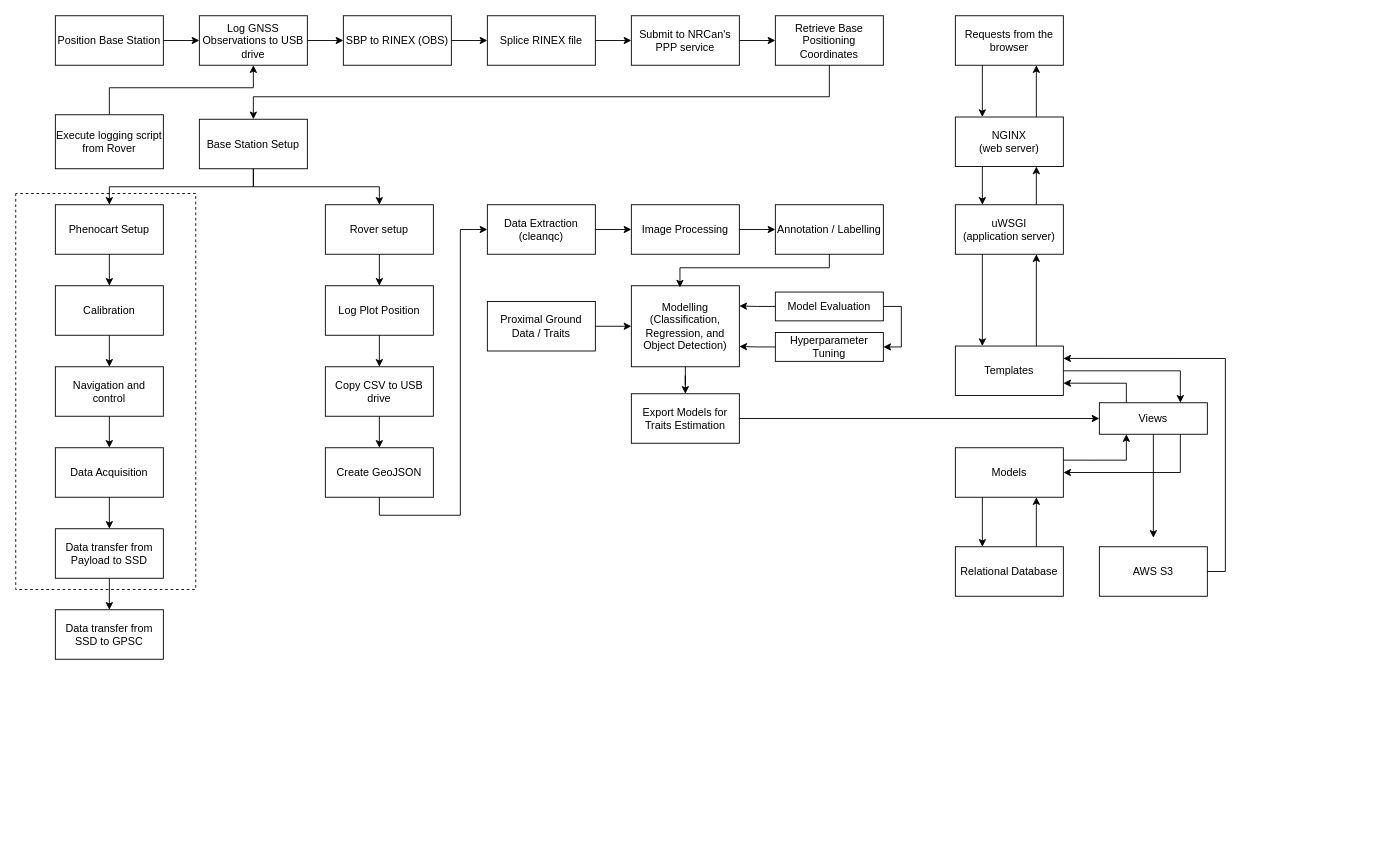
Before: page "Page-1" (1 of 2) of Untitled Diagram.drawio in prabaharravichandran/Workflow, a draw.io diagram. Source tidied: cells renumbered, new cells numbered last; positions are measured from the earlier drawing's top-left corner, leaving out a move shared by most shapes. Both pictures are drawn from the tidied source at 90%, with x=0, y=0 at pixel (15, 15).
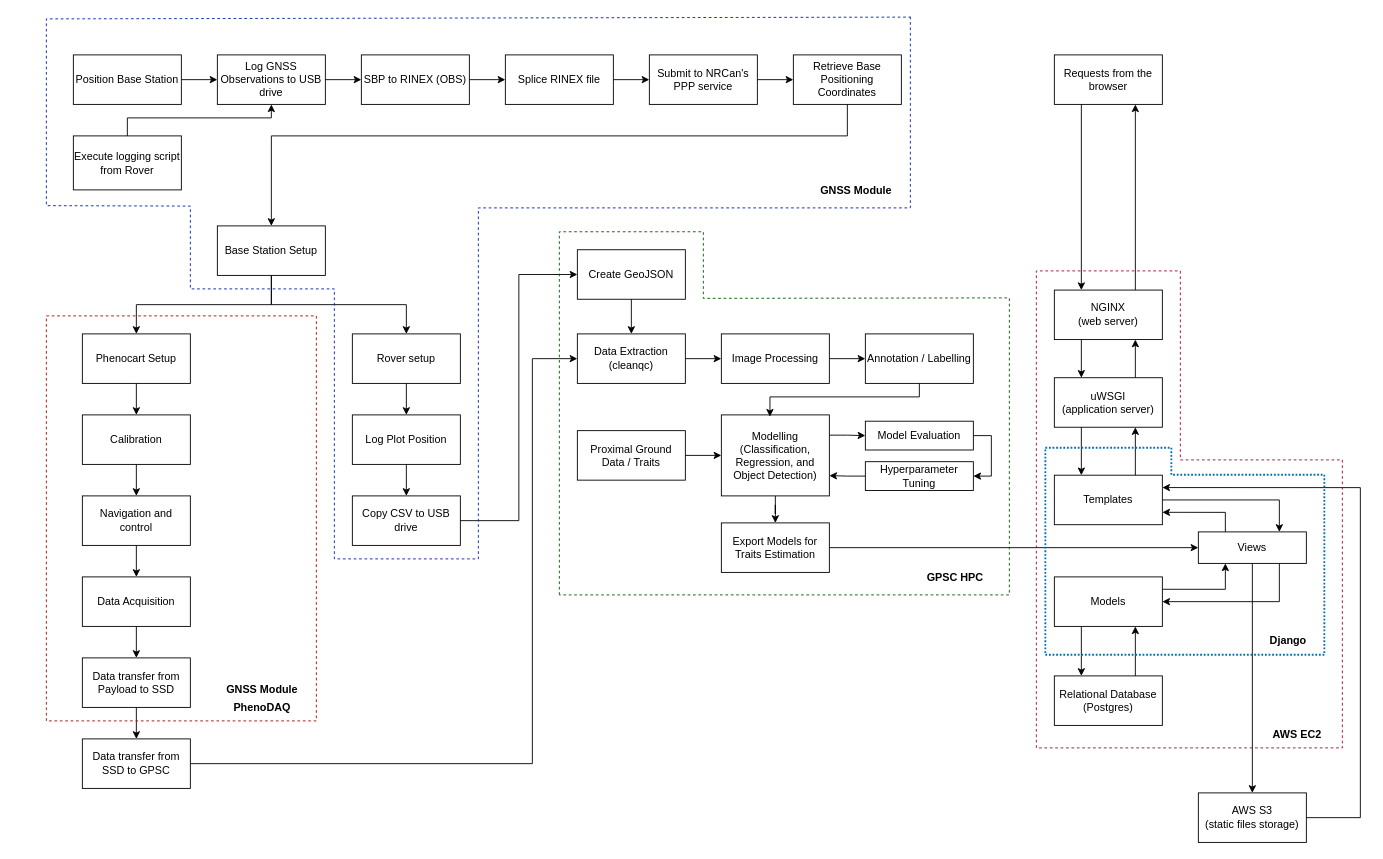
Above is the later version.

Change to the diagram source:
```diff
@@
     <mxCell id="3" value="Position Base Station" style="rounded=0;whiteSpace=wrap;html=1;fillColor=none;" parent="1" vertex="1">
-      <mxGeometry x="44" width="120" height="55" as="geometry" />
+      <mxGeometry x="64" y="43.5" width="120" height="55" as="geometry" />
     </mxCell>
     <mxCell id="4" style="edgeStyle=orthogonalEdgeStyle;rounded=0;jettySize=auto;html=1;exitX=0.5;exitY=0;exitDx=0;exitDy=0;entryX=0.5;entryY=1;entryDx=0;entryDy=0;" parent="1" edge="1" source="5" target="7">
       <mxGeometry relative="1" as="geometry">
         <Array as="points">
-          <mxPoint x="104" y="80" />
-          <mxPoint x="264" y="80" />
+          <mxPoint x="124" y="113.5" />
+          <mxPoint x="284" y="113.5" />
         </Array>
       </mxGeometry>
     </mxCell>
     <mxCell id="5" value="Execute logging script from Rover" style="rounded=0;whiteSpace=wrap;html=1;fillColor=none;" parent="1" vertex="1">
-      <mxGeometry x="44" y="110" width="120" height="60" as="geometry" />
+      <mxGeometry x="64" y="133.5" width="120" height="60" as="geometry" />
     </mxCell>
@@
     <mxCell id="7" value="Log GNSS Observations to USB drive" style="rounded=0;whiteSpace=wrap;html=1;fillColor=none;" parent="1" vertex="1">
-      <mxGeometry x="204" width="120" height="55" as="geometry" />
+      <mxGeometry x="224" y="43.5" width="120" height="55" as="geometry" />
     </mxCell>
@@
     <mxCell id="9" value="SBP to RINEX (OBS)" style="rounded=0;whiteSpace=wrap;html=1;fillColor=none;" parent="1" vertex="1">
-      <mxGeometry x="364" width="120" height="55" as="geometry" />
+      <mxGeometry x="384" y="43.5" width="120" height="55" as="geometry" />
     </mxCell>
@@
     <mxCell id="11" value="Splice RINEX file" style="rounded=0;whiteSpace=wrap;html=1;fillColor=none;" parent="1" vertex="1">
-      <mxGeometry x="524" width="120" height="55" as="geometry" />
+      <mxGeometry x="544" y="43.5" width="120" height="55" as="geometry" />
     </mxCell>
@@
     <mxCell id="13" value="Submit to NRCan's PPP service" style="rounded=0;whiteSpace=wrap;html=1;fillColor=none;" parent="1" vertex="1">
-      <mxGeometry x="684" width="120" height="55" as="geometry" />
+      <mxGeometry x="704" y="43.5" width="120" height="55" as="geometry" />
     </mxCell>
     <mxCell id="14" style="edgeStyle=orthogonalEdgeStyle;rounded=0;jettySize=auto;html=1;exitX=0.5;exitY=1;exitDx=0;exitDy=0;entryX=0.5;entryY=0;entryDx=0;entryDy=0;" parent="1" edge="1" source="15" target="18">
       <mxGeometry relative="1" as="geometry">
         <Array as="points">
-          <mxPoint x="904" y="90" />
-          <mxPoint x="264" y="90" />
+          <mxPoint x="924" y="133.5" />
+          <mxPoint x="284" y="133.5" />
         </Array>
       </mxGeometry>
     </mxCell>
     <mxCell id="15" value="Retrieve Base Positioning Coordinates" style="rounded=0;whiteSpace=wrap;html=1;fillColor=none;" parent="1" vertex="1">
-      <mxGeometry x="844" width="120" height="55" as="geometry" />
+      <mxGeometry x="864" y="43.5" width="120" height="55" as="geometry" />
     </mxCell>
@@
     <mxCell id="18" value="Base Station Setup" style="rounded=0;whiteSpace=wrap;html=1;fillColor=none;" parent="1" vertex="1">
-      <mxGeometry x="204" y="115" width="120" height="55" as="geometry" />
+      <mxGeometry x="224" y="233.5" width="120" height="55" as="geometry" />
     </mxCell>
@@
     <mxCell id="20" value="Phenocart Setup" style="rounded=0;whiteSpace=wrap;html=1;fillColor=none;" parent="1" vertex="1">
-      <mxGeometry x="44" y="210" width="120" height="55" as="geometry" />
+      <mxGeometry x="74" y="353.5" width="120" height="55" as="geometry" />
     </mxCell>
@@
     <mxCell id="22" value="Calibration" style="rounded=0;whiteSpace=wrap;html=1;fillColor=none;" parent="1" vertex="1">
-      <mxGeometry x="44" y="300" width="120" height="55" as="geometry" />
+      <mxGeometry x="74" y="443.5" width="120" height="55" as="geometry" />
     </mxCell>
@@
     <mxCell id="24" value="Navigation and control" style="rounded=0;whiteSpace=wrap;html=1;fillColor=none;" parent="1" vertex="1">
-      <mxGeometry x="44" y="390" width="120" height="55" as="geometry" />
+      <mxGeometry x="74" y="533.5" width="120" height="55" as="geometry" />
     </mxCell>
@@
     <mxCell id="26" value="Data Acquisition" style="rounded=0;whiteSpace=wrap;html=1;fillColor=none;" parent="1" vertex="1">
-      <mxGeometry x="44" y="480" width="120" height="55" as="geometry" />
+      <mxGeometry x="74" y="623.5" width="120" height="55" as="geometry" />
     </mxCell>
@@
     <mxCell id="28" value="Data transfer from Payload to SSD" style="rounded=0;whiteSpace=wrap;html=1;fillColor=none;" parent="1" vertex="1">
-      <mxGeometry x="44" y="570" width="120" height="55" as="geometry" />
+      <mxGeometry x="74" y="713.5" width="120" height="55" as="geometry" />
     </mxCell>
+    <mxCell id="78" style="edgeStyle=orthogonalEdgeStyle;rounded=0;jettySize=auto;html=1;exitX=1;exitY=0.5;exitDx=0;exitDy=0;entryX=0;entryY=0.5;entryDx=0;entryDy=0;" parent="1" edge="1" source="29" target="39">
+      <mxGeometry relative="1" as="geometry">
+        <Array as="points">
+          <mxPoint x="574" y="831" />
+          <mxPoint x="574" y="381" />
+        </Array>
+      </mxGeometry>
+    </mxCell>
     <mxCell id="29" value="Data transfer from SSD to GPSC" style="rounded=0;whiteSpace=wrap;html=1;fillColor=none;" parent="1" vertex="1">
-      <mxGeometry x="44" y="660" width="120" height="55" as="geometry" />
+      <mxGeometry x="74" y="803.5" width="120" height="55" as="geometry" />
     </mxCell>
@@
     <mxCell id="31" value="Rover setup" style="rounded=0;whiteSpace=wrap;html=1;fillColor=none;" parent="1" vertex="1">
-      <mxGeometry x="344" y="210" width="120" height="55" as="geometry" />
+      <mxGeometry x="374" y="353.5" width="120" height="55" as="geometry" />
     </mxCell>
@@
     <mxCell id="33" value="Log Plot Position" style="rounded=0;whiteSpace=wrap;html=1;fillColor=none;" parent="1" vertex="1">
-      <mxGeometry x="344" y="300" width="120" height="55" as="geometry" />
+      <mxGeometry x="374" y="443.5" width="120" height="55" as="geometry" />
     </mxCell>
-    <mxCell id="34" style="edgeStyle=orthogonalEdgeStyle;rounded=0;jettySize=auto;html=1;exitX=0.5;exitY=1;exitDx=0;exitDy=0;entryX=0.5;entryY=0;entryDx=0;entryDy=0;" parent="1" edge="1" source="35" target="37">
+    <mxCell id="34" style="edgeStyle=orthogonalEdgeStyle;rounded=0;jettySize=auto;html=1;exitX=1;exitY=0.5;exitDx=0;exitDy=0;entryX=0;entryY=0.5;entryDx=0;entryDy=0;" parent="1" edge="1" source="35" target="37">
       <mxGeometry relative="1" as="geometry" />
     </mxCell>
     <mxCell id="35" value="Copy CSV to USB drive" style="rounded=0;whiteSpace=wrap;html=1;fillColor=none;" parent="1" vertex="1">
-      <mxGeometry x="344" y="390" width="120" height="55" as="geometry" />
+      <mxGeometry x="374" y="533.5" width="120" height="55" as="geometry" />
     </mxCell>
-    <mxCell id="36" style="edgeStyle=orthogonalEdgeStyle;rounded=0;jettySize=auto;html=1;exitX=0.5;exitY=1;exitDx=0;exitDy=0;entryX=0;entryY=0.5;entryDx=0;entryDy=0;" parent="1" edge="1" source="37" target="39">
+    <mxCell id="36" style="edgeStyle=orthogonalEdgeStyle;rounded=0;jettySize=auto;html=1;exitX=0.5;exitY=1;exitDx=0;exitDy=0;entryX=0.5;entryY=0;entryDx=0;entryDy=0;" parent="1" edge="1" source="37" target="39">
       <mxGeometry relative="1" as="geometry" />
     </mxCell>
     <mxCell id="37" value="Create GeoJSON" style="rounded=0;whiteSpace=wrap;html=1;fillColor=none;" parent="1" vertex="1">
-      <mxGeometry x="344" y="480" width="120" height="55" as="geometry" />
+      <mxGeometry x="624" y="260" width="120" height="55" as="geometry" />
     </mxCell>
@@
     <mxCell id="39" value="Data Extraction&lt;br&gt;(cleanqc)" style="rounded=0;whiteSpace=wrap;html=1;fillColor=none;" parent="1" vertex="1">
-      <mxGeometry x="524" y="210" width="120" height="55" as="geometry" />
+      <mxGeometry x="624" y="353.5" width="120" height="55" as="geometry" />
     </mxCell>
@@
     <mxCell id="41" value="Image Processing" style="rounded=0;whiteSpace=wrap;html=1;fillColor=none;" parent="1" vertex="1">
-      <mxGeometry x="684" y="210" width="120" height="55" as="geometry" />
+      <mxGeometry x="784" y="353.5" width="120" height="55" as="geometry" />
     </mxCell>
     <mxCell id="42" value="Annotation / Labelling" style="rounded=0;whiteSpace=wrap;html=1;fillColor=none;" parent="1" vertex="1">
-      <mxGeometry x="844" y="210" width="120" height="55" as="geometry" />
+      <mxGeometry x="944" y="353.5" width="120" height="55" as="geometry" />
     </mxCell>
@@
+    <mxCell id="79" style="edgeStyle=orthogonalEdgeStyle;rounded=0;jettySize=auto;html=1;exitX=1;exitY=0.25;exitDx=0;exitDy=0;entryX=0;entryY=0.5;entryDx=0;entryDy=0;" parent="1" edge="1" source="44" target="49">
+      <mxGeometry relative="1" as="geometry" />
+    </mxCell>
     <mxCell id="44" value="Modelling (Classification, Regression, and Object Detection)" style="rounded=0;whiteSpace=wrap;html=1;fillColor=none;" parent="1" vertex="1">
-      <mxGeometry x="684" y="300" width="120" height="90" as="geometry" />
+      <mxGeometry x="784" y="443.5" width="120" height="90" as="geometry" />
     </mxCell>
@@
     <mxCell id="46" value="Proximal Ground Data / Traits" style="rounded=0;whiteSpace=wrap;html=1;fillColor=none;" parent="1" vertex="1">
-      <mxGeometry x="524" y="317.5" width="120" height="55" as="geometry" />
+      <mxGeometry x="624" y="461" width="120" height="55" as="geometry" />
     </mxCell>
-    <mxCell id="47" style="edgeStyle=orthogonalEdgeStyle;rounded=0;jettySize=auto;html=1;exitX=0;exitY=0.5;exitDx=0;exitDy=0;entryX=1;entryY=0.25;entryDx=0;entryDy=0;" parent="1" edge="1" source="49" target="44">
-      <mxGeometry relative="1" as="geometry" />
-    </mxCell>
     <mxCell id="48" style="edgeStyle=orthogonalEdgeStyle;rounded=0;jettySize=auto;html=1;entryX=1;entryY=0.5;entryDx=0;entryDy=0;" parent="1" edge="1" source="49" target="53">
       <mxGeometry relative="1" as="geometry">
         <Array as="points">
-          <mxPoint x="984" y="323" />
-          <mxPoint x="984" y="368" />
+          <mxPoint x="1084" y="466.5" />
+          <mxPoint x="1084" y="511.5" />
         </Array>
       </mxGeometry>
     </mxCell>
     <mxCell id="49" value="Model Evaluation" style="rounded=0;whiteSpace=wrap;html=1;fillColor=none;" parent="1" vertex="1">
-      <mxGeometry x="844" y="307" width="120" height="32" as="geometry" />
+      <mxGeometry x="944" y="450.5" width="120" height="32" as="geometry" />
     </mxCell>
@@
     <mxCell id="51" value="Export Models for Traits Estimation" style="rounded=0;whiteSpace=wrap;html=1;fillColor=none;" parent="1" vertex="1">
-      <mxGeometry x="684" y="420" width="120" height="55" as="geometry" />
+      <mxGeometry x="784" y="563.5" width="120" height="55" as="geometry" />
     </mxCell>
@@
     <mxCell id="53" value="Hyperparameter Tuning" style="rounded=0;whiteSpace=wrap;html=1;fillColor=none;" parent="1" vertex="1">
-      <mxGeometry x="844" y="352" width="120" height="32" as="geometry" />
+      <mxGeometry x="944" y="495.5" width="120" height="32" as="geometry" />
     </mxCell>
     <mxCell id="54" style="edgeStyle=orthogonalEdgeStyle;rounded=0;jettySize=auto;html=1;exitX=0.5;exitY=1;exitDx=0;exitDy=0;entryX=0.45;entryY=0.022;entryDx=0;entryDy=0;entryPerimeter=0;" parent="1" edge="1" source="42" target="44">
       <mxGeometry relative="1" as="geometry">
         <Array as="points">
-          <mxPoint x="904" y="280" />
-          <mxPoint x="738" y="280" />
+          <mxPoint x="1004" y="423.5" />
+          <mxPoint x="838" y="423.5" />
         </Array>
       </mxGeometry>
     </mxCell>
@@
     <mxCell id="56" value="Requests from the browser" style="rounded=0;whiteSpace=wrap;html=1;fillColor=none;" parent="1" vertex="1">
-      <mxGeometry x="1044" width="120" height="55" as="geometry" />
+      <mxGeometry x="1154" y="43.5" width="120" height="55" as="geometry" />
     </mxCell>
@@
     <mxCell id="59" value="NGINX&lt;br&gt;(web server)" style="rounded=0;whiteSpace=wrap;html=1;fillColor=none;" parent="1" vertex="1">
-      <mxGeometry x="1044" y="112.5" width="120" height="55" as="geometry" />
+      <mxGeometry x="1154" y="304.8" width="120" height="55" as="geometry" />
     </mxCell>
@@
     <mxCell id="62" value="uWSGI&lt;br&gt;(application server)" style="rounded=0;whiteSpace=wrap;html=1;fillColor=none;" parent="1" vertex="1">
-      <mxGeometry x="1044" y="210" width="120" height="55" as="geometry" />
+      <mxGeometry x="1154" y="402.2" width="120" height="55" as="geometry" />
     </mxCell>
@@
-    <mxCell id="64" style="edgeStyle=orthogonalEdgeStyle;rounded=0;jettySize=auto;html=1;exitX=0.5;exitY=1;exitDx=0;exitDy=0;" parent="1" edge="1" source="66">
-      <mxGeometry relative="1" as="geometry">
-        <mxPoint x="1264" y="580" as="targetPoint" />
-      </mxGeometry>
+    <mxCell id="64" style="edgeStyle=orthogonalEdgeStyle;rounded=0;jettySize=auto;html=1;exitX=0.5;exitY=1;exitDx=0;exitDy=0;" parent="1" edge="1" source="66" target="74">
+      <mxGeometry relative="1" as="geometry" />
     </mxCell>
@@
     <mxCell id="66" value="Views" style="rounded=0;whiteSpace=wrap;html=1;fillColor=none;" parent="1" vertex="1">
-      <mxGeometry x="1204" y="430" width="120" height="35" as="geometry" />
+      <mxGeometry x="1314" y="573.5" width="120" height="35" as="geometry" />
     </mxCell>
@@
     <mxCell id="69" value="Models" style="rounded=0;whiteSpace=wrap;html=1;fillColor=none;" parent="1" vertex="1">
-      <mxGeometry x="1044" y="480" width="120" height="55" as="geometry" />
+      <mxGeometry x="1154" y="623.5" width="120" height="55" as="geometry" />
     </mxCell>
@@
     <mxCell id="72" value="Templates" style="rounded=0;whiteSpace=wrap;html=1;fillColor=none;" parent="1" vertex="1">
-      <mxGeometry x="1044" y="367" width="120" height="55" as="geometry" />
+      <mxGeometry x="1154" y="510.5" width="120" height="55" as="geometry" />
     </mxCell>
     <mxCell id="73" style="edgeStyle=orthogonalEdgeStyle;rounded=0;jettySize=auto;html=1;exitX=1;exitY=0.5;exitDx=0;exitDy=0;entryX=1;entryY=0.25;entryDx=0;entryDy=0;" parent="1" edge="1" source="74" target="72">
-      <mxGeometry relative="1" as="geometry" />
+      <mxGeometry relative="1" as="geometry">
+        <Array as="points">
+          <mxPoint x="1494" y="891.5" />
+          <mxPoint x="1494" y="524.5" />
+        </Array>
+      </mxGeometry>
     </mxCell>
-    <mxCell id="74" value="AWS S3" style="rounded=0;whiteSpace=wrap;html=1;fillColor=none;" parent="1" vertex="1">
-      <mxGeometry x="1204" y="590" width="120" height="55" as="geometry" />
+    <mxCell id="74" value="AWS S3&lt;br&gt;(static files storage)" style="rounded=0;whiteSpace=wrap;html=1;fillColor=none;" parent="1" vertex="1">
+      <mxGeometry x="1314" y="863.5" width="120" height="55" as="geometry" />
     </mxCell>
@@
+    <mxCell id="80" style="endArrow=none;dashed=1;html=1;rounded=0;fillColor=#0050ef;strokeColor=#001DBC;" parent="1" edge="1">
+      <mxGeometry relative="1" as="geometry">
+        <mxPoint x="994" y="1" as="sourcePoint" />
+        <mxPoint x="994" y="1.5" as="targetPoint" />
+        <Array as="points">
+          <mxPoint x="994" y="213.5" />
+          <mxPoint x="514" y="213.5" />
+          <mxPoint x="514" y="603.5" />
+          <mxPoint x="354" y="603.5" />
+          <mxPoint x="354" y="303.5" />
+          <mxPoint x="194" y="303.5" />
+          <mxPoint x="194" y="211.5" />
+          <mxPoint x="34" y="211" />
+          <mxPoint x="34" y="3.5" />
+        </Array>
+      </mxGeometry>
+    </mxCell>
-    <mxCell id="76" value="Relational Database" style="rounded=0;whiteSpace=wrap;html=1;fillColor=none;" parent="1" vertex="1">
-      <mxGeometry x="1044" y="590" width="120" height="55" as="geometry" />
+    <mxCell id="76" value="Relational Database&lt;br&gt;(Postgres)" style="rounded=0;whiteSpace=wrap;html=1;fillColor=none;" parent="1" vertex="1">
+      <mxGeometry x="1154" y="733.5" width="120" height="55" as="geometry" />
     </mxCell>
-    <mxCell id="77" style="endArrow=none;dashed=1;html=1;rounded=0;" parent="1" edge="1">
-      <mxGeometry relative="1" as="geometry">
-        <mxPoint y="197.5" as="sourcePoint" />
-        <mxPoint y="197.5" as="targetPoint" />
-        <Array as="points">
-          <mxPoint y="637.5" />
-          <mxPoint x="200" y="637.5" />
-          <mxPoint x="200" y="197.5" />
-        </Array>
-      </mxGeometry>
-    </mxCell>
+    <mxCell id="81" style="endArrow=none;dashed=1;html=1;rounded=0;fillColor=#e51400;strokeColor=#B20000;" parent="1" edge="1">
+      <mxGeometry relative="1" as="geometry">
+        <mxPoint x="34" y="783.5" as="sourcePoint" />
+        <mxPoint x="34" y="783.5" as="targetPoint" />
+        <Array as="points">
+          <mxPoint x="34" y="333.5" />
+          <mxPoint x="334" y="333.5" />
+          <mxPoint x="334" y="783.5" />
+        </Array>
+      </mxGeometry>
+    </mxCell>
+    <mxCell id="82" style="endArrow=none;dashed=1;html=1;rounded=0;fillColor=#008a00;strokeColor=#005700;" parent="1" edge="1">
+      <mxGeometry relative="1" as="geometry">
+        <mxPoint x="604" y="643.5" as="sourcePoint" />
+        <mxPoint x="604" y="643.5" as="targetPoint" />
+        <Array as="points">
+          <mxPoint x="604" y="240" />
+          <mxPoint x="764" y="240" />
+          <mxPoint x="764" y="314" />
+          <mxPoint x="1104" y="313.5" />
+          <mxPoint x="1104" y="643.5" />
+        </Array>
+      </mxGeometry>
+    </mxCell>
+    <mxCell id="83" style="endArrow=none;dashed=1;html=1;rounded=0;fillColor=#d80073;strokeColor=#A50040;" parent="1" edge="1">
+      <mxGeometry relative="1" as="geometry">
+        <mxPoint x="1134" y="813.5" as="sourcePoint" />
+        <mxPoint x="1134" y="813.5" as="targetPoint" />
+        <Array as="points">
+          <mxPoint x="1134" y="283.5" />
+          <mxPoint x="1294" y="283.5" />
+          <mxPoint x="1294" y="493.5" />
+          <mxPoint x="1474" y="493.5" />
+          <mxPoint x="1474" y="813.5" />
+        </Array>
+      </mxGeometry>
+    </mxCell>
+    <mxCell id="84" value="&lt;b&gt;GNSS Module&lt;/b&gt;" style="text;html=1;strokeColor=none;fillColor=none;align=center;verticalAlign=middle;whiteSpace=wrap;rounded=0;" parent="1" vertex="1">
+      <mxGeometry x="874" y="180" width="120" height="30" as="geometry" />
+    </mxCell>
+    <mxCell id="85" value="&lt;b&gt;GNSS Module&lt;/b&gt;" style="text;html=1;strokeColor=none;fillColor=none;align=center;verticalAlign=middle;whiteSpace=wrap;rounded=0;" parent="1" vertex="1">
+      <mxGeometry x="214" y="733.5" width="120" height="30" as="geometry" />
+    </mxCell>
+    <mxCell id="86" value="&lt;b&gt;GPSC HPC&lt;/b&gt;" style="text;html=1;strokeColor=none;fillColor=none;align=center;verticalAlign=middle;whiteSpace=wrap;rounded=0;" parent="1" vertex="1">
+      <mxGeometry x="984" y="608.5" width="120" height="30" as="geometry" />
+    </mxCell>
+    <mxCell id="87" value="&lt;b&gt;AWS EC2&lt;/b&gt;" style="text;html=1;strokeColor=none;fillColor=none;align=center;verticalAlign=middle;whiteSpace=wrap;rounded=0;" parent="1" vertex="1">
+      <mxGeometry x="1374" y="783.5" width="100" height="30" as="geometry" />
+    </mxCell>
+    <mxCell id="88" value="&lt;b&gt;PhenoDAQ&lt;/b&gt;" style="text;html=1;strokeColor=none;fillColor=none;align=center;verticalAlign=middle;whiteSpace=wrap;rounded=0;" parent="1" vertex="1">
+      <mxGeometry x="214" y="753.5" width="120" height="30" as="geometry" />
+    </mxCell>
+    <mxCell id="89" style="endArrow=none;dashed=1;html=1;strokeWidth=2;rounded=0;fillColor=#1ba1e2;strokeColor=#006EAF;dashPattern=1 1;" parent="1" edge="1">
+      <mxGeometry relative="1" as="geometry">
+        <mxPoint x="1454" y="510" as="sourcePoint" />
+        <mxPoint x="1454" y="510" as="targetPoint" />
+        <Array as="points">
+          <mxPoint x="1454" y="710" />
+          <mxPoint x="1144" y="710" />
+          <mxPoint x="1144" y="480" />
+          <mxPoint x="1284" y="480" />
+          <mxPoint x="1284" y="510" />
+        </Array>
+      </mxGeometry>
+    </mxCell>
+    <mxCell id="90" value="&lt;b&gt;Django&lt;/b&gt;" style="text;html=1;strokeColor=none;fillColor=none;align=center;verticalAlign=middle;whiteSpace=wrap;rounded=0;" parent="1" vertex="1">
+      <mxGeometry x="1374" y="678.5" width="80" height="30" as="geometry" />
+    </mxCell>
```
